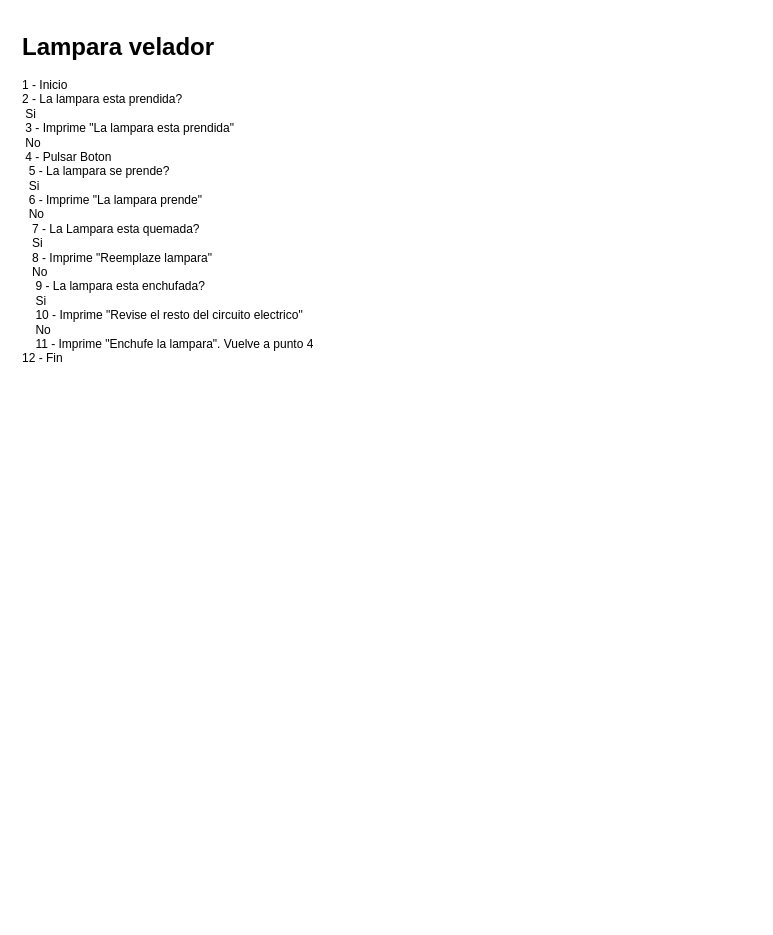
Before: Diagrama Lampara/Lampara.drawio in MaxiFranz/TrayectoP, a draw.io diagram. Source tidied: cells renumbered, new cells numbered last; positions are measured from the earlier drawing's top-left corner, leaving out a move shared by most shapes. Both pictures are drawn from the tidied source at 100%, with x=0, y=0 at pixel (17, 27).
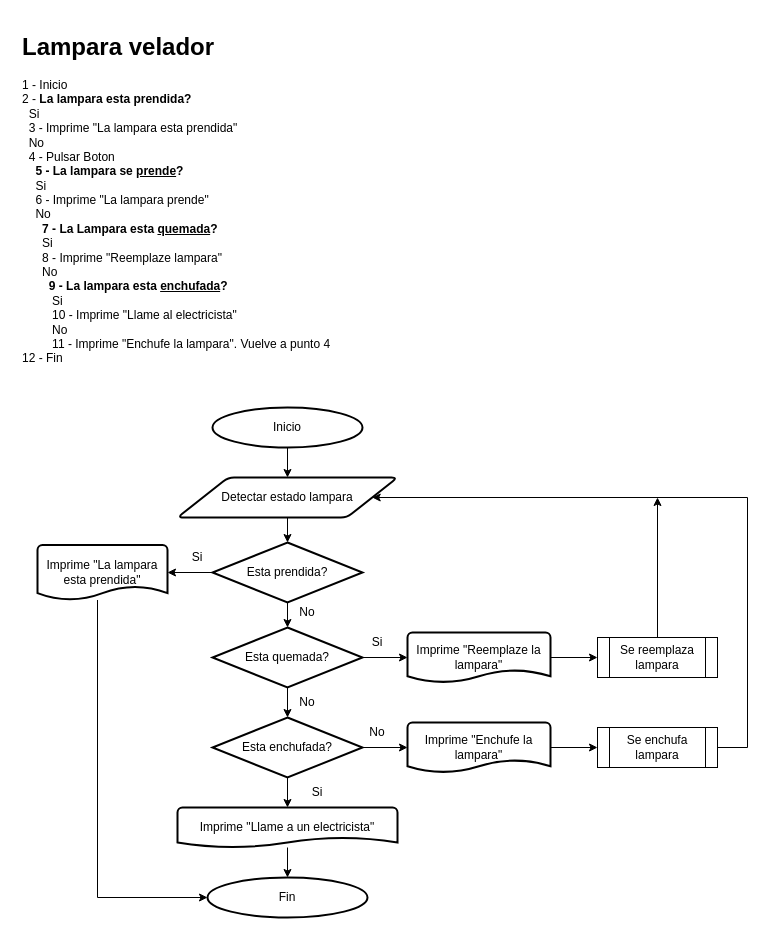
The same page after the edit.

The edit, as a diff of the source:
```diff
@@
-    <mxCell id="2" value="&lt;h1&gt;Lampara velador&lt;/h1&gt;&lt;p&gt;1 - Inicio&lt;br&gt;2 - La lampara esta prendida?&lt;br&gt;&lt;span style=&quot;white-space: pre;&quot;&gt; &lt;/span&gt;Si&lt;br&gt;&lt;span style=&quot;white-space: pre;&quot;&gt; &lt;/span&gt;3 - Imprime &quot;La lampara esta prendida&quot;&lt;br&gt;&lt;span style=&quot;white-space: pre;&quot;&gt; &lt;/span&gt;No&lt;br&gt;&lt;span style=&quot;white-space: pre;&quot;&gt; &lt;/span&gt;4 - Pulsar Boton&lt;br&gt;&lt;span style=&quot;white-space: pre;&quot;&gt; &lt;/span&gt;&lt;span style=&quot;white-space: pre;&quot;&gt; &lt;/span&gt;5 - La lampara se prende?&lt;br&gt;&lt;span style=&quot;white-space: pre;&quot;&gt; &lt;/span&gt;&lt;span style=&quot;white-space: pre;&quot;&gt; &lt;/span&gt;Si&lt;br&gt;&lt;span style=&quot;white-space: pre;&quot;&gt; &lt;/span&gt;&lt;span style=&quot;white-space: pre;&quot;&gt; &lt;/span&gt;6 - Imprime &quot;La lampara prende&quot;&lt;br&gt;&lt;span style=&quot;white-space: pre;&quot;&gt; &lt;/span&gt;&lt;span style=&quot;white-space: pre;&quot;&gt; &lt;/span&gt;No&lt;br&gt;&lt;span style=&quot;white-space: pre;&quot;&gt; &lt;/span&gt;&lt;span style=&quot;white-space: pre;&quot;&gt; &lt;/span&gt;&lt;span style=&quot;white-space: pre;&quot;&gt; &lt;/span&gt;7 - La Lampara esta quemada?&lt;br&gt;&lt;span style=&quot;white-space: pre;&quot;&gt; &lt;/span&gt;&lt;span style=&quot;white-space: pre;&quot;&gt; &lt;/span&gt;&lt;span style=&quot;white-space: pre;&quot;&gt; &lt;/span&gt;Si&lt;br&gt;&lt;span style=&quot;white-space: pre;&quot;&gt; &lt;/span&gt;&lt;span style=&quot;white-space: pre;&quot;&gt; &lt;/span&gt;&lt;span style=&quot;white-space: pre;&quot;&gt; &lt;/span&gt;8 - Imprime &quot;Reemplaze lampara&quot;&lt;br&gt;&lt;span style=&quot;white-space: pre;&quot;&gt; &lt;/span&gt;&lt;span style=&quot;white-space: pre;&quot;&gt; &lt;/span&gt;&lt;span style=&quot;white-space: pre;&quot;&gt; &lt;/span&gt;No&lt;br&gt;&lt;span style=&quot;white-space: pre;&quot;&gt; &lt;/span&gt;&lt;span style=&quot;white-space: pre;&quot;&gt; &lt;/span&gt;&lt;span style=&quot;white-space: pre;&quot;&gt; &lt;span style=&quot;white-space: pre;&quot;&gt; &lt;/span&gt;&lt;/span&gt;9 - La lampara esta enchufada?&lt;br&gt;&lt;span style=&quot;white-space: pre;&quot;&gt; &lt;/span&gt;&lt;span style=&quot;white-space: pre;&quot;&gt; &lt;/span&gt;&lt;span style=&quot;white-space: pre;&quot;&gt; &lt;span style=&quot;white-space: pre;&quot;&gt; &lt;/span&gt;&lt;/span&gt;Si&lt;br&gt;&lt;span style=&quot;white-space: pre;&quot;&gt; &lt;/span&gt;&lt;span style=&quot;white-space: pre;&quot;&gt; &lt;/span&gt;&lt;span style=&quot;white-space: pre;&quot;&gt; &lt;/span&gt;&lt;span style=&quot;white-space: pre;&quot;&gt; &lt;/span&gt;10 - Imprime &quot;Revise el resto del circuito electrico&quot;&lt;br&gt;&lt;span style=&quot;white-space: pre;&quot;&gt; &lt;/span&gt;&lt;span style=&quot;white-space: pre;&quot;&gt; &lt;/span&gt;&lt;span style=&quot;white-space: pre;&quot;&gt; &lt;/span&gt;&lt;span style=&quot;white-space: pre;&quot;&gt; &lt;/span&gt;No&lt;br&gt;&lt;span style=&quot;white-space: pre;&quot;&gt; &lt;/span&gt;&lt;span style=&quot;white-space: pre;&quot;&gt; &lt;/span&gt;&lt;span style=&quot;white-space: pre;&quot;&gt; &lt;/span&gt;&lt;span style=&quot;white-space: pre;&quot;&gt; &lt;/span&gt;11 - Imprime &quot;Enchufe la lampara&quot;. Vuelve a punto 4&lt;br&gt;12 - Fin&lt;br&gt;&lt;br&gt;&lt;span style=&quot;white-space: pre;&quot;&gt; &lt;/span&gt;&lt;span style=&quot;white-space: pre;&quot;&gt; &lt;/span&gt;&lt;span style=&quot;white-space: pre;&quot;&gt; &lt;/span&gt;&lt;br&gt;&lt;/p&gt;" style="text;html=1;strokeColor=none;fillColor=none;spacing=5;spacingTop=-20;whiteSpace=wrap;overflow=hidden;rounded=0;" parent="1" vertex="1">
+    <mxCell id="2" value="&lt;h1&gt;Lampara velador&lt;/h1&gt;&lt;p&gt;1 - Inicio&lt;br&gt;2 - &lt;b&gt;La lampara esta prendida?&lt;/b&gt;&lt;br&gt;&lt;span style=&quot;white-space: pre;&quot;&gt; &lt;span style=&quot;white-space: pre;&quot;&gt; &lt;/span&gt;&lt;/span&gt;Si&lt;br&gt;&lt;span style=&quot;white-space: pre;&quot;&gt; &lt;span style=&quot;white-space: pre;&quot;&gt; &lt;/span&gt;&lt;/span&gt;3 - Imprime &quot;La lampara esta prendida&quot;&lt;br&gt;&lt;span style=&quot;white-space: pre;&quot;&gt; &lt;span style=&quot;white-space: pre;&quot;&gt; &lt;/span&gt;&lt;/span&gt;No&lt;br&gt;&lt;span style=&quot;white-space: pre;&quot;&gt; &lt;span style=&quot;white-space: pre;&quot;&gt; &lt;/span&gt;&lt;/span&gt;4 - Pulsar Boton&lt;br&gt;&lt;span style=&quot;white-space: pre;&quot;&gt; &lt;/span&gt;&lt;span style=&quot;white-space: pre;&quot;&gt; &lt;span style=&quot;white-space: pre;&quot;&gt; &lt;/span&gt;&lt;span style=&quot;white-space: pre;&quot;&gt; &lt;/span&gt;&lt;/span&gt;&lt;b&gt;5 - La lampara se &lt;u&gt;prende&lt;/u&gt;?&lt;/b&gt;&lt;br&gt;&lt;span style=&quot;white-space: pre;&quot;&gt; &lt;/span&gt;&lt;span style=&quot;white-space: pre;&quot;&gt; &lt;span style=&quot;white-space: pre;&quot;&gt; &lt;/span&gt;&lt;span style=&quot;white-space: pre;&quot;&gt; &lt;/span&gt;&lt;/span&gt;Si&lt;br&gt;&lt;span style=&quot;white-space: pre;&quot;&gt; &lt;/span&gt;&lt;span style=&quot;white-space: pre;&quot;&gt; &lt;span style=&quot;white-space: pre;&quot;&gt; &lt;/span&gt;&lt;span style=&quot;white-space: pre;&quot;&gt; &lt;/span&gt;&lt;/span&gt;6 - Imprime &quot;La lampara prende&quot;&lt;br&gt;&lt;span style=&quot;white-space: pre;&quot;&gt; &lt;/span&gt;&lt;span style=&quot;white-space: pre;&quot;&gt; &lt;span style=&quot;white-space: pre;&quot;&gt; &lt;/span&gt;&lt;span style=&quot;white-space: pre;&quot;&gt; &lt;/span&gt;&lt;/span&gt;No&lt;br&gt;&lt;span style=&quot;white-space: pre;&quot;&gt; &lt;/span&gt;&lt;span style=&quot;white-space: pre;&quot;&gt; &lt;/span&gt;&lt;span style=&quot;white-space: pre;&quot;&gt; &lt;span style=&quot;white-space: pre;&quot;&gt; &lt;/span&gt;&lt;span style=&quot;white-space: pre;&quot;&gt; &lt;span style=&quot;white-space: pre;&quot;&gt; &lt;/span&gt;&lt;/span&gt;&lt;/span&gt;&lt;b&gt;7 - La Lampara esta &lt;u&gt;quemada&lt;/u&gt;?&lt;/b&gt;&lt;br&gt;&lt;span style=&quot;white-space: pre;&quot;&gt; &lt;/span&gt;&lt;span style=&quot;white-space: pre;&quot;&gt; &lt;/span&gt;&lt;span style=&quot;white-space: pre;&quot;&gt; &lt;span style=&quot;white-space: pre;&quot;&gt; &lt;/span&gt;&lt;span style=&quot;white-space: pre;&quot;&gt; &lt;/span&gt;&lt;span style=&quot;white-space: pre;&quot;&gt; &lt;/span&gt;&lt;/span&gt;Si&lt;br&gt;&lt;span style=&quot;white-space: pre;&quot;&gt; &lt;/span&gt;&lt;span style=&quot;white-space: pre;&quot;&gt; &lt;/span&gt;&lt;span style=&quot;white-space: pre;&quot;&gt; &lt;span style=&quot;white-space: pre;&quot;&gt; &lt;/span&gt;&lt;span style=&quot;white-space: pre;&quot;&gt; &lt;/span&gt;&lt;span style=&quot;white-space: pre;&quot;&gt; &lt;/span&gt;&lt;/span&gt;8 - Imprime &quot;Reemplaze lampara&quot;&lt;br&gt;&lt;span style=&quot;white-space: pre;&quot;&gt; &lt;/span&gt;&lt;span style=&quot;white-space: pre;&quot;&gt; &lt;/span&gt;&lt;span style=&quot;white-space: pre;&quot;&gt; &lt;span style=&quot;white-space: pre;&quot;&gt; &lt;/span&gt;&lt;span style=&quot;white-space: pre;&quot;&gt; &lt;/span&gt;&lt;span style=&quot;white-space: pre;&quot;&gt; &lt;/span&gt;&lt;/span&gt;No&lt;br&gt;&lt;span style=&quot;white-space: pre;&quot;&gt; &lt;/span&gt;&lt;span style=&quot;white-space: pre;&quot;&gt; &lt;/span&gt;&lt;span style=&quot;white-space: pre;&quot;&gt; &lt;span style=&quot;white-space: pre;&quot;&gt; &lt;span style=&quot;white-space: pre;&quot;&gt; &lt;/span&gt;&lt;span style=&quot;white-space: pre;&quot;&gt; &lt;/span&gt;&lt;span style=&quot;white-space: pre;&quot;&gt; &lt;/span&gt;&lt;span style=&quot;white-space: pre;&quot;&gt; &lt;/span&gt;&lt;/span&gt;&lt;/span&gt;&lt;b&gt;9 - La lampara esta &lt;u&gt;enchufada&lt;/u&gt;?&lt;/b&gt;&lt;br&gt;&lt;span style=&quot;white-space: pre;&quot;&gt; &lt;/span&gt;&lt;span style=&quot;white-space: pre;&quot;&gt; &lt;/span&gt;&lt;span style=&quot;white-space: pre;&quot;&gt; &lt;span style=&quot;white-space: pre;&quot;&gt; &lt;span style=&quot;white-space: pre;&quot;&gt; &lt;/span&gt;&lt;span style=&quot;white-space: pre;&quot;&gt; &lt;/span&gt;&lt;span style=&quot;white-space: pre;&quot;&gt; &lt;/span&gt;&lt;span style=&quot;white-space: pre;&quot;&gt; &lt;/span&gt;&lt;span style=&quot;white-space: pre;&quot;&gt; &lt;/span&gt;&lt;/span&gt;&lt;/span&gt;Si&lt;br&gt;&lt;span style=&quot;white-space: pre;&quot;&gt; &lt;/span&gt;&lt;span style=&quot;white-space: pre;&quot;&gt; &lt;/span&gt;&lt;span style=&quot;white-space: pre;&quot;&gt; &lt;/span&gt;&lt;span style=&quot;white-space: pre;&quot;&gt; &lt;span style=&quot;white-space: pre;&quot;&gt; &lt;/span&gt;&lt;span style=&quot;white-space: pre;&quot;&gt; &lt;/span&gt;&lt;span style=&quot;white-space: pre;&quot;&gt; &lt;/span&gt;&lt;span style=&quot;white-space: pre;&quot;&gt; &lt;/span&gt;&lt;span style=&quot;white-space: pre;&quot;&gt; &lt;/span&gt;&lt;/span&gt;10 - Imprime &quot;Llame al electricista&quot;&lt;br&gt;&lt;span style=&quot;white-space: pre;&quot;&gt; &lt;/span&gt;&lt;span style=&quot;white-space: pre;&quot;&gt; &lt;/span&gt;&lt;span style=&quot;white-space: pre;&quot;&gt; &lt;/span&gt;&lt;span style=&quot;white-space: pre;&quot;&gt; &lt;span style=&quot;white-space: pre;&quot;&gt; &lt;/span&gt;&lt;span style=&quot;white-space: pre;&quot;&gt; &lt;/span&gt;&lt;span style=&quot;white-space: pre;&quot;&gt; &lt;/span&gt;&lt;span style=&quot;white-space: pre;&quot;&gt; &lt;/span&gt;&lt;span style=&quot;white-space: pre;&quot;&gt; &lt;/span&gt;&lt;/span&gt;No&lt;br&gt;&lt;span style=&quot;white-space: pre;&quot;&gt; &lt;/span&gt;&lt;span style=&quot;white-space: pre;&quot;&gt; &lt;/span&gt;&lt;span style=&quot;white-space: pre;&quot;&gt; &lt;/span&gt;&lt;span style=&quot;white-space: pre;&quot;&gt; &lt;span style=&quot;white-space: pre;&quot;&gt; &lt;/span&gt;&lt;span style=&quot;white-space: pre;&quot;&gt; &lt;/span&gt;&lt;span style=&quot;white-space: pre;&quot;&gt; &lt;/span&gt;&lt;span style=&quot;white-space: pre;&quot;&gt; &lt;/span&gt;&lt;span style=&quot;white-space: pre;&quot;&gt; &lt;/span&gt;&lt;/span&gt;11 - Imprime &quot;Enchufe la lampara&quot;. Vuelve a punto 4&lt;br&gt;12 - Fin&lt;br&gt;&lt;br&gt;&lt;span style=&quot;white-space: pre;&quot;&gt; &lt;/span&gt;&lt;span style=&quot;white-space: pre;&quot;&gt; &lt;/span&gt;&lt;span style=&quot;white-space: pre;&quot;&gt; &lt;/span&gt;&lt;br&gt;&lt;/p&gt;" style="text;html=1;strokeColor=none;fillColor=none;spacing=5;spacingTop=-20;whiteSpace=wrap;overflow=hidden;rounded=0;" parent="1" vertex="1">
       <mxGeometry width="420" height="390" as="geometry" />
     </mxCell>
+    <mxCell id="3" style="edgeStyle=orthogonalEdgeStyle;rounded=0;jettySize=auto;html=1;entryX=0.5;entryY=0;entryDx=0;entryDy=0;" parent="1" edge="1" source="4" target="7">
+      <mxGeometry relative="1" as="geometry" />
+    </mxCell>
+    <mxCell id="4" value="Inicio" style="strokeWidth=2;html=1;shape=mxgraph.flowchart.start_1;whiteSpace=wrap;" parent="1" vertex="1">
+      <mxGeometry x="195" y="380" width="150" height="40" as="geometry" />
+    </mxCell>
+    <mxCell id="5" value="Fin" style="strokeWidth=2;html=1;shape=mxgraph.flowchart.start_1;whiteSpace=wrap;" parent="1" vertex="1">
+      <mxGeometry x="190" y="850" width="160" height="40" as="geometry" />
+    </mxCell>
+    <mxCell id="6" style="edgeStyle=orthogonalEdgeStyle;rounded=0;jettySize=auto;html=1;entryX=0.5;entryY=0;entryDx=0;entryDy=0;entryPerimeter=0;" parent="1" edge="1" source="7" target="10">
+      <mxGeometry relative="1" as="geometry" />
+    </mxCell>
+    <mxCell id="7" value="Detectar estado lampara" style="shape=parallelogram;html=1;strokeWidth=2;perimeter=parallelogramPerimeter;whiteSpace=wrap;rounded=1;arcSize=12;size=0.23;" parent="1" vertex="1">
+      <mxGeometry x="160" y="450" width="220" height="40" as="geometry" />
+    </mxCell>
+    <mxCell id="8" style="edgeStyle=orthogonalEdgeStyle;rounded=0;jettySize=auto;html=1;entryX=0.5;entryY=0;entryDx=0;entryDy=0;entryPerimeter=0;" parent="1" edge="1" source="10" target="13">
+      <mxGeometry relative="1" as="geometry" />
+    </mxCell>
+    <mxCell id="9" style="edgeStyle=orthogonalEdgeStyle;rounded=0;jettySize=auto;html=1;" parent="1" edge="1" source="10" target="20">
+      <mxGeometry relative="1" as="geometry" />
+    </mxCell>
+    <mxCell id="10" value="Esta prendida?" style="strokeWidth=2;html=1;shape=mxgraph.flowchart.decision;whiteSpace=wrap;" parent="1" vertex="1">
+      <mxGeometry x="195" y="515" width="150" height="60" as="geometry" />
+    </mxCell>
+    <mxCell id="11" style="edgeStyle=orthogonalEdgeStyle;rounded=0;jettySize=auto;html=1;entryX=0.5;entryY=0;entryDx=0;entryDy=0;entryPerimeter=0;" parent="1" edge="1" source="13" target="16">
+      <mxGeometry relative="1" as="geometry" />
+    </mxCell>
+    <mxCell id="12" style="edgeStyle=orthogonalEdgeStyle;rounded=0;jettySize=auto;html=1;entryX=0;entryY=0.5;entryDx=0;entryDy=0;entryPerimeter=0;" parent="1" edge="1" source="13" target="22">
+      <mxGeometry relative="1" as="geometry" />
+    </mxCell>
+    <mxCell id="13" value="Esta quemada?" style="strokeWidth=2;html=1;shape=mxgraph.flowchart.decision;whiteSpace=wrap;" parent="1" vertex="1">
+      <mxGeometry x="195" y="600" width="150" height="60" as="geometry" />
+    </mxCell>
+    <mxCell id="14" style="edgeStyle=orthogonalEdgeStyle;rounded=0;jettySize=auto;html=1;entryX=0.5;entryY=0;entryDx=0;entryDy=0;entryPerimeter=0;" parent="1" edge="1" source="16" target="24">
+      <mxGeometry relative="1" as="geometry" />
+    </mxCell>
+    <mxCell id="15" style="edgeStyle=orthogonalEdgeStyle;rounded=0;jettySize=auto;html=1;entryX=0;entryY=0.5;entryDx=0;entryDy=0;entryPerimeter=0;" parent="1" edge="1" source="16" target="18">
+      <mxGeometry relative="1" as="geometry" />
+    </mxCell>
+    <mxCell id="16" value="Esta enchufada?" style="strokeWidth=2;html=1;shape=mxgraph.flowchart.decision;whiteSpace=wrap;" parent="1" vertex="1">
+      <mxGeometry x="195" y="690" width="150" height="60" as="geometry" />
+    </mxCell>
+    <mxCell id="17" style="edgeStyle=orthogonalEdgeStyle;rounded=0;jettySize=auto;html=1;entryX=0;entryY=0.5;entryDx=0;entryDy=0;" parent="1" edge="1" source="18" target="34">
+      <mxGeometry relative="1" as="geometry" />
+    </mxCell>
+    <mxCell id="18" value="Imprime &quot;Enchufe la lampara&quot;" style="strokeWidth=2;html=1;shape=mxgraph.flowchart.document2;whiteSpace=wrap;size=0.25;" parent="1" vertex="1">
+      <mxGeometry x="390" y="695" width="143" height="50" as="geometry" />
+    </mxCell>
+    <mxCell id="19" style="edgeStyle=orthogonalEdgeStyle;rounded=0;jettySize=auto;html=1;entryX=0;entryY=0.5;entryDx=0;entryDy=0;entryPerimeter=0;" parent="1" edge="1" source="20" target="5">
+      <mxGeometry relative="1" as="geometry">
+        <Array as="points">
+          <mxPoint x="80" y="870" />
+        </Array>
+      </mxGeometry>
+    </mxCell>
+    <mxCell id="20" value="Imprime &quot;La lampara esta prendida&quot;" style="strokeWidth=2;html=1;shape=mxgraph.flowchart.document2;whiteSpace=wrap;size=0.25;" parent="1" vertex="1">
+      <mxGeometry x="20" y="517.5" width="130" height="55" as="geometry" />
+    </mxCell>
+    <mxCell id="21" style="edgeStyle=orthogonalEdgeStyle;rounded=0;jettySize=auto;html=1;entryX=0;entryY=0.5;entryDx=0;entryDy=0;" parent="1" edge="1" source="22" target="32">
+      <mxGeometry relative="1" as="geometry" />
+    </mxCell>
+    <mxCell id="22" value="Imprime &quot;Reemplaze la lampara&quot;" style="strokeWidth=2;html=1;shape=mxgraph.flowchart.document2;whiteSpace=wrap;size=0.25;" parent="1" vertex="1">
+      <mxGeometry x="390" y="605" width="143" height="50" as="geometry" />
+    </mxCell>
+    <mxCell id="23" style="edgeStyle=orthogonalEdgeStyle;rounded=0;jettySize=auto;html=1;entryX=0.5;entryY=0;entryDx=0;entryDy=0;entryPerimeter=0;" parent="1" edge="1" source="24" target="5">
+      <mxGeometry relative="1" as="geometry" />
+    </mxCell>
+    <mxCell id="24" value="Imprime &quot;Llame a un electricista&quot;" style="strokeWidth=2;html=1;shape=mxgraph.flowchart.document2;whiteSpace=wrap;size=0.25;" parent="1" vertex="1">
+      <mxGeometry x="160" y="780" width="220" height="40" as="geometry" />
+    </mxCell>
+    <mxCell id="25" value="No" style="text;html=1;strokeColor=none;fillColor=none;align=center;verticalAlign=middle;whiteSpace=wrap;rounded=0;" parent="1" vertex="1">
+      <mxGeometry x="260" y="570" width="60" height="30" as="geometry" />
+    </mxCell>
+    <mxCell id="26" value="No" style="text;html=1;strokeColor=none;fillColor=none;align=center;verticalAlign=middle;whiteSpace=wrap;rounded=0;" parent="1" vertex="1">
+      <mxGeometry x="260" y="660" width="60" height="30" as="geometry" />
+    </mxCell>
+    <mxCell id="27" value="No" style="text;html=1;strokeColor=none;fillColor=none;align=center;verticalAlign=middle;whiteSpace=wrap;rounded=0;" parent="1" vertex="1">
+      <mxGeometry x="330" y="690" width="60" height="30" as="geometry" />
+    </mxCell>
+    <mxCell id="28" value="Si" style="text;html=1;strokeColor=none;fillColor=none;align=center;verticalAlign=middle;whiteSpace=wrap;rounded=0;" parent="1" vertex="1">
+      <mxGeometry x="270" y="750" width="60" height="30" as="geometry" />
+    </mxCell>
+    <mxCell id="29" value="Si" style="text;html=1;strokeColor=none;fillColor=none;align=center;verticalAlign=middle;whiteSpace=wrap;rounded=0;" parent="1" vertex="1">
+      <mxGeometry x="330" y="600" width="60" height="30" as="geometry" />
+    </mxCell>
+    <mxCell id="30" value="Si" style="text;html=1;strokeColor=none;fillColor=none;align=center;verticalAlign=middle;whiteSpace=wrap;rounded=0;" parent="1" vertex="1">
+      <mxGeometry x="150" y="515" width="60" height="30" as="geometry" />
+    </mxCell>
+    <mxCell id="31" style="edgeStyle=orthogonalEdgeStyle;rounded=0;jettySize=auto;html=1;" parent="1" edge="1" source="32">
+      <mxGeometry relative="1" as="geometry">
+        <mxPoint x="640" y="470" as="targetPoint" />
+      </mxGeometry>
+    </mxCell>
+    <mxCell id="32" value="Se reemplaza&lt;br&gt;lampara" style="shape=process;whiteSpace=wrap;html=1;backgroundOutline=1;" parent="1" vertex="1">
+      <mxGeometry x="580" y="610" width="120" height="40" as="geometry" />
+    </mxCell>
+    <mxCell id="33" style="edgeStyle=orthogonalEdgeStyle;rounded=0;jettySize=auto;html=1;entryX=1;entryY=0.5;entryDx=0;entryDy=0;" parent="1" edge="1" source="34" target="7">
+      <mxGeometry relative="1" as="geometry">
+        <Array as="points">
+          <mxPoint x="730" y="720" />
+          <mxPoint x="730" y="470" />
+        </Array>
+      </mxGeometry>
+    </mxCell>
+    <mxCell id="34" value="Se enchufa&lt;br&gt;lampara" style="shape=process;whiteSpace=wrap;html=1;backgroundOutline=1;" parent="1" vertex="1">
+      <mxGeometry x="580" y="700" width="120" height="40" as="geometry" />
+    </mxCell>
```
